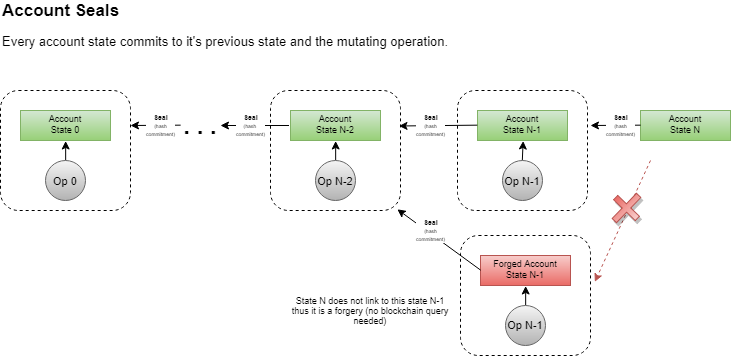
The draw.io diagram PIP/resources/PIP-0029/Account-Seal.drawio.png in PascalCoinDev/PascalCoin, before a commit. Source tidied: cells renumbered, new cells last; positions are measured from the earlier drawing's top-left corner, leaving out a move shared by most shapes.
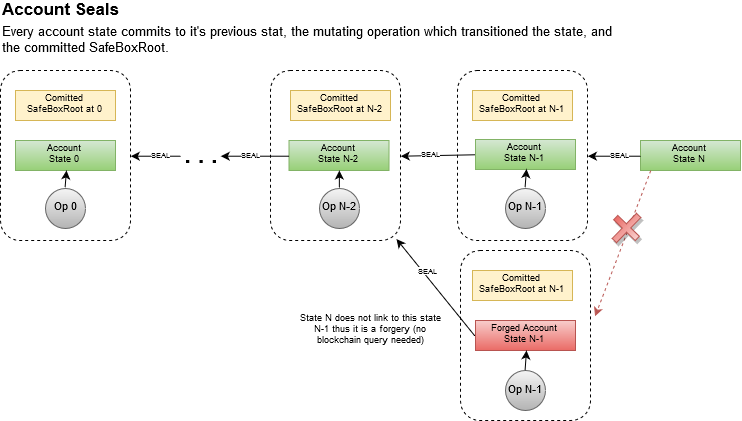
After the commit.

Commit message:
PIP-0029: update algorithm to include SafeBox state

Change to the diagram source:
```diff
@@ -5,98 +5,91 @@
     <mxCell id="2" value="Account Seals" style="text;html=1;strokeColor=none;fillColor=none;align=left;verticalAlign=middle;whiteSpace=wrap;rounded=0;fontSize=17;fontStyle=1;" parent="1" vertex="1">
       <mxGeometry width="320" height="20" as="geometry" />
     </mxCell>
-    <mxCell id="3" value="Every account state commits to it's previous state and the mutating operation." style="text;html=1;strokeColor=none;fillColor=none;align=left;verticalAlign=middle;whiteSpace=wrap;rounded=0;fontSize=13;" parent="1" vertex="1">
+    <mxCell id="3" value="Every account state commits to it's previous stat, the mutating operation which transitioned the state, and the committed SafeBoxRoot. " style="text;html=1;strokeColor=none;fillColor=none;align=left;verticalAlign=middle;whiteSpace=wrap;rounded=0;fontSize=13;" parent="1" vertex="1">
       <mxGeometry y="30" width="620" height="20" as="geometry" />
     </mxCell>
     <mxCell id="4" style="rounded=1;whiteSpace=wrap;html=1;fontSize=17;align=left;fillColor=none;dashed=1;" parent="1" vertex="1">
-      <mxGeometry x="270" y="90" width="130" height="120" as="geometry" />
+      <mxGeometry x="270" y="70" width="130" height="170" as="geometry" />
     </mxCell>
     <mxCell id="5" value="Account&#10;State N-2" style="text;strokeColor=#82b366;fillColor=#d5e8d4;align=center;verticalAlign=middle;spacingLeft=4;spacingRight=4;overflow=hidden;points=[[0,0.5],[1,0.5]];portConstraint=eastwest;fontStyle=0;fontSize=9;gradientColor=#97d077;" parent="1" vertex="1">
-      <mxGeometry x="290" y="110" width="90" height="30" as="geometry" />
+      <mxGeometry x="288.5" y="140" width="100" height="30" as="geometry" />
     </mxCell>
     <mxCell id="6" value="Op N-2" style="ellipse;whiteSpace=wrap;html=1;fontSize=11;align=center;gradientColor=#b3b3b3;fillColor=#f5f5f5;strokeColor=#666666;" parent="1" vertex="1">
-      <mxGeometry x="315" y="160" width="40" height="40" as="geometry" />
+      <mxGeometry x="318.5" y="187.5" width="40" height="40" as="geometry" />
     </mxCell>
     <mxCell id="7" style="endArrow=classic;html=1;fontSize=11;exitX=0.5;exitY=0;exitDx=0;exitDy=0;entryX=0.506;entryY=1.005;entryDx=0;entryDy=0;entryPerimeter=0;" parent="1" edge="1" source="6" target="5">
       <mxGeometry relative="1" as="geometry" />
     </mxCell>
     <mxCell id="8" style="rounded=1;whiteSpace=wrap;html=1;fontSize=17;align=left;fillColor=none;dashed=1;" parent="1" vertex="1">
-      <mxGeometry x="457" y="90" width="130" height="120" as="geometry" />
+      <mxGeometry x="457" y="70" width="130" height="170" as="geometry" />
     </mxCell>
     <mxCell id="9" value="Account&#10;State N-1" style="text;strokeColor=#82b366;fillColor=#d5e8d4;align=center;verticalAlign=middle;spacingLeft=4;spacingRight=4;overflow=hidden;points=[[0,0.5],[1,0.5]];portConstraint=eastwest;fontStyle=0;fontSize=9;rounded=0;gradientColor=#97d077;" parent="1" vertex="1">
-      <mxGeometry x="477" y="110" width="90" height="30" as="geometry" />
+      <mxGeometry x="475" y="139" width="100" height="30" as="geometry" />
     </mxCell>
     <mxCell id="10" value="Op N-1" style="ellipse;whiteSpace=wrap;html=1;fontSize=11;align=center;gradientColor=#b3b3b3;fillColor=#f5f5f5;strokeColor=#666666;" parent="1" vertex="1">
-      <mxGeometry x="502" y="160" width="40" height="40" as="geometry" />
+      <mxGeometry x="505" y="187.5" width="40" height="40" as="geometry" />
     </mxCell>
     <mxCell id="11" style="endArrow=classic;html=1;fontSize=11;exitX=0.5;exitY=0;exitDx=0;exitDy=0;entryX=0.506;entryY=1.005;entryDx=0;entryDy=0;entryPerimeter=0;" parent="1" edge="1" source="10" target="9">
       <mxGeometry relative="1" as="geometry" />
     </mxCell>
-    <mxCell id="12" style="endArrow=classic;html=1;fontSize=11;exitX=0;exitY=0.5;exitDx=0;exitDy=0;entryX=0.988;entryY=0.294;entryDx=0;entryDy=0;entryPerimeter=0;" parent="1" edge="1" source="9" target="4">
+    <mxCell id="12" style="endArrow=classic;html=1;fontSize=11;exitX=0;exitY=0.5;exitDx=0;exitDy=0;entryX=1;entryY=0.5;entryDx=0;entryDy=0;" parent="1" edge="1" source="9" target="4">
       <mxGeometry relative="1" as="geometry" />
     </mxCell>
-    <mxCell id="13" value="&lt;b&gt;Seal&lt;/b&gt;&lt;br&gt;&lt;font style=&quot;font-size: 5px&quot;&gt;(hash&lt;br&gt;commitment)&lt;/font&gt;&lt;br&gt;" style="text;html=1;align=center;verticalAlign=middle;labelBackgroundColor=#ffffff;fontSize=7;" parent="12" vertex="1">
+    <mxCell id="13" value="SEAL" style="text;html=1;align=center;verticalAlign=middle;labelBackgroundColor=#ffffff;fontSize=7;" parent="12" vertex="1">
       <mxGeometry x="0.3" y="1" relative="1" as="geometry">
         <mxPoint x="4" y="-1.5" as="offset" />
       </mxGeometry>
     </mxCell>
     <mxCell id="14" style="rounded=1;whiteSpace=wrap;html=1;fontSize=17;align=left;fillColor=none;dashed=1;" parent="1" vertex="1">
-      <mxGeometry y="90" width="130" height="120" as="geometry" />
+      <mxGeometry y="70" width="130" height="170" as="geometry" />
     </mxCell>
     <mxCell id="15" value="Account&#10;State 0" style="text;strokeColor=#82b366;fillColor=#d5e8d4;align=center;verticalAlign=middle;spacingLeft=4;spacingRight=4;overflow=hidden;points=[[0,0.5],[1,0.5]];portConstraint=eastwest;fontStyle=0;fontSize=9;gradientColor=#97d077;" parent="1" vertex="1">
-      <mxGeometry x="20" y="110" width="90" height="30" as="geometry" />
+      <mxGeometry x="15" y="140" width="100" height="30" as="geometry" />
     </mxCell>
     <mxCell id="16" value="Op 0" style="ellipse;whiteSpace=wrap;html=1;fontSize=11;align=center;gradientColor=#b3b3b3;fillColor=#f5f5f5;strokeColor=#666666;" parent="1" vertex="1">
-      <mxGeometry x="45" y="160" width="40" height="40" as="geometry" />
+      <mxGeometry x="45" y="187.5" width="40" height="40" as="geometry" />
     </mxCell>
     <mxCell id="17" style="endArrow=classic;html=1;fontSize=11;exitX=0.5;exitY=0;exitDx=0;exitDy=0;entryX=0.506;entryY=1.005;entryDx=0;entryDy=0;entryPerimeter=0;" parent="1" edge="1" source="16" target="15">
       <mxGeometry relative="1" as="geometry" />
     </mxCell>
-    <mxCell id="18" style="endArrow=classic;html=1;fontSize=11;exitX=0;exitY=0.5;exitDx=0;exitDy=0;" parent="1" edge="1">
-      <mxGeometry relative="1" as="geometry">
-        <mxPoint x="288.5" y="125" as="sourcePoint" />
-        <mxPoint x="220" y="125" as="targetPoint" />
-      </mxGeometry>
+    <mxCell id="18" style="endArrow=classic;html=1;fontSize=11;exitX=0;exitY=0.5;exitDx=0;exitDy=0;entryX=1;entryY=0.5;entryDx=0;entryDy=0;" parent="1" edge="1" source="5" target="20">
+      <mxGeometry relative="1" as="geometry" />
     </mxCell>
-    <mxCell id="19" value="&lt;b&gt;Seal&lt;/b&gt;&lt;br&gt;&lt;font style=&quot;font-size: 5px&quot;&gt;(hash &lt;br&gt;commitment)&lt;/font&gt;&lt;br&gt;" style="text;html=1;align=center;verticalAlign=middle;labelBackgroundColor=#ffffff;fontSize=7;" parent="18" vertex="1">
+    <mxCell id="19" value="SEAL" style="text;html=1;align=center;verticalAlign=middle;labelBackgroundColor=#ffffff;fontSize=7;" parent="18" vertex="1">
       <mxGeometry x="0.3" y="1" relative="1" as="geometry">
         <mxPoint x="5.5" y="-1" as="offset" />
       </mxGeometry>
     </mxCell>
     <mxCell id="20" value="&lt;div style=&quot;text-align: justify&quot;&gt;&lt;span&gt;. . .&lt;/span&gt;&lt;/div&gt;" style="text;html=1;strokeColor=none;fillColor=none;align=center;verticalAlign=middle;whiteSpace=wrap;rounded=0;dashed=1;fontSize=24;fontStyle=1;" parent="1" vertex="1">
-      <mxGeometry x="180" y="115" width="40" height="20" as="geometry" />
+      <mxGeometry x="180" y="145" width="40" height="20" as="geometry" />
     </mxCell>
-    <mxCell id="21" style="endArrow=classic;html=1;fontSize=11;exitX=0;exitY=0.5;exitDx=0;exitDy=0;" parent="1" edge="1" source="20">
-      <mxGeometry relative="1" as="geometry">
-        <mxPoint x="130" y="125" as="targetPoint" />
-      </mxGeometry>
+    <mxCell id="21" style="endArrow=classic;html=1;fontSize=11;exitX=0;exitY=0.5;exitDx=0;exitDy=0;entryX=1;entryY=0.5;entryDx=0;entryDy=0;" parent="1" edge="1" source="20" target="14">
+      <mxGeometry relative="1" as="geometry" />
     </mxCell>
-    <mxCell id="22" value="&lt;b&gt;Seal&lt;/b&gt;&lt;br&gt;&lt;font style=&quot;font-size: 5px&quot;&gt;(hash&lt;br&gt;commitment)&lt;/font&gt;&lt;br&gt;" style="text;html=1;align=center;verticalAlign=middle;labelBackgroundColor=#ffffff;fontSize=7;" parent="21" vertex="1">
+    <mxCell id="22" value="SEAL" style="text;html=1;align=center;verticalAlign=middle;labelBackgroundColor=#ffffff;fontSize=7;" parent="21" vertex="1">
       <mxGeometry x="0.3" y="1" relative="1" as="geometry">
         <mxPoint x="12.5" y="-1" as="offset" />
       </mxGeometry>
     </mxCell>
     <mxCell id="23" value="Account&#10;State N" style="text;strokeColor=#82b366;fillColor=#d5e8d4;align=center;verticalAlign=middle;spacingLeft=4;spacingRight=4;overflow=hidden;points=[[0,0.5],[1,0.5]];portConstraint=eastwest;fontStyle=0;fontSize=9;rounded=0;gradientColor=#97d077;" parent="1" vertex="1">
-      <mxGeometry x="640" y="110" width="90" height="30" as="geometry" />
+      <mxGeometry x="640" y="140" width="100" height="30" as="geometry" />
     </mxCell>
-    <mxCell id="24" style="endArrow=classic;html=1;fontSize=11;exitX=0;exitY=0.5;exitDx=0;exitDy=0;" parent="1" edge="1" source="23">
-      <mxGeometry relative="1" as="geometry">
-        <mxPoint x="590" y="125" as="targetPoint" />
-      </mxGeometry>
+    <mxCell id="24" style="endArrow=classic;html=1;fontSize=11;entryX=1;entryY=0.5;entryDx=0;entryDy=0;exitX=0;exitY=0.5;exitDx=0;exitDy=0;" parent="1" edge="1" source="23" target="8">
+      <mxGeometry relative="1" as="geometry" />
     </mxCell>
-    <mxCell id="25" value="&lt;b&gt;Seal&lt;/b&gt;&lt;br&gt;&lt;font style=&quot;font-size: 5px&quot;&gt;(hash&lt;br&gt;commitment)&lt;/font&gt;&lt;br&gt;" style="text;html=1;align=center;verticalAlign=middle;labelBackgroundColor=#ffffff;fontSize=7;" parent="24" vertex="1">
+    <mxCell id="25" value="SEAL" style="text;html=1;align=center;verticalAlign=middle;labelBackgroundColor=#ffffff;fontSize=7;" parent="24" vertex="1">
       <mxGeometry x="0.3" y="1" relative="1" as="geometry">
         <mxPoint x="12.5" y="-1" as="offset" />
       </mxGeometry>
     </mxCell>
     <mxCell id="26" style="rounded=1;whiteSpace=wrap;html=1;fontSize=17;align=left;fillColor=none;dashed=1;" parent="1" vertex="1">
-      <mxGeometry x="460" y="235" width="130" height="120" as="geometry" />
+      <mxGeometry x="460" y="250" width="130" height="170" as="geometry" />
     </mxCell>
     <mxCell id="27" value="Forged Account&#10;State N-1" style="text;strokeColor=#b85450;fillColor=#f8cecc;align=center;verticalAlign=middle;spacingLeft=4;spacingRight=4;overflow=hidden;points=[[0,0.5],[1,0.5]];portConstraint=eastwest;fontStyle=0;fontSize=9;gradientColor=#ea6b66;" parent="1" vertex="1">
-      <mxGeometry x="480" y="255" width="90" height="30" as="geometry" />
+      <mxGeometry x="475" y="320" width="100" height="30" as="geometry" />
     </mxCell>
     <mxCell id="28" value="Op N-1" style="ellipse;whiteSpace=wrap;html=1;fontSize=11;align=center;gradientColor=#b3b3b3;fillColor=#f5f5f5;strokeColor=#666666;" parent="1" vertex="1">
-      <mxGeometry x="505" y="305" width="40" height="40" as="geometry" />
+      <mxGeometry x="505" y="370" width="40" height="40" as="geometry" />
     </mxCell>
     <mxCell id="29" style="endArrow=classic;html=1;fontSize=11;exitX=0.5;exitY=0;exitDx=0;exitDy=0;entryX=0.506;entryY=1.005;entryDx=0;entryDy=0;entryPerimeter=0;" parent="1" edge="1" source="28" target="27">
       <mxGeometry relative="1" as="geometry" />
@@ -104,21 +97,31 @@
     <mxCell id="30" style="endArrow=classic;html=1;fontSize=11;exitX=0;exitY=0.5;exitDx=0;exitDy=0;entryX=0.974;entryY=0.992;entryDx=0;entryDy=0;entryPerimeter=0;" parent="1" edge="1" source="27" target="4">
       <mxGeometry relative="1" as="geometry" />
     </mxCell>
-    <mxCell id="31" value="&lt;b&gt;Seal&lt;/b&gt;&lt;br&gt;&lt;font style=&quot;font-size: 5px&quot;&gt;(hash&lt;br&gt;commitment)&lt;/font&gt;&lt;br&gt;" style="text;html=1;align=center;verticalAlign=middle;labelBackgroundColor=#ffffff;fontSize=7;" parent="30" vertex="1">
+    <mxCell id="31" value="SEAL" style="text;html=1;align=center;verticalAlign=middle;labelBackgroundColor=#ffffff;fontSize=7;" parent="30" vertex="1">
       <mxGeometry x="0.3" y="1" relative="1" as="geometry">
         <mxPoint x="4" y="-1.5" as="offset" />
       </mxGeometry>
     </mxCell>
-    <mxCell id="32" style="endArrow=classic;html=1;fontSize=11;entryX=1.032;entryY=0.383;entryDx=0;entryDy=0;entryPerimeter=0;dashed=1;gradientColor=#ea6b66;fillColor=#f8cecc;strokeColor=#b85450;" parent="1" edge="1" target="26">
-      <mxGeometry relative="1" as="geometry">
-        <mxPoint x="650" y="160" as="sourcePoint" />
-      </mxGeometry>
+    <mxCell id="32" style="endArrow=classic;html=1;fontSize=11;entryX=1.032;entryY=0.383;entryDx=0;entryDy=0;entryPerimeter=0;dashed=1;gradientColor=#ea6b66;fillColor=#f8cecc;strokeColor=#b85450;exitX=0.1;exitY=1;exitDx=0;exitDy=0;exitPerimeter=0;" parent="1" edge="1" source="23" target="26">
+      <mxGeometry relative="1" as="geometry" />
     </mxCell>
     <mxCell id="33" style="shape=cross;whiteSpace=wrap;html=1;rounded=0;shadow=1;fillColor=#f8cecc;gradientColor=#ea6b66;fontSize=48;align=left;direction=south;rotation=44;strokeColor=#b85450;" parent="1" vertex="1">
-      <mxGeometry x="611" y="190" width="30" height="35" as="geometry" />
+      <mxGeometry x="611" y="210" width="30" height="35" as="geometry" />
     </mxCell>
     <mxCell id="34" value="&lt;span style=&quot;font-size: 9px&quot;&gt;State N does not link to this state N-1 thus it is a forgery (no blockchain query needed)&lt;/span&gt;" style="text;html=1;strokeColor=none;fillColor=none;align=center;verticalAlign=middle;whiteSpace=wrap;rounded=0;shadow=1;fontSize=9;" parent="1" vertex="1">
-      <mxGeometry x="290" y="285" width="160" height="50" as="geometry" />
+      <mxGeometry x="290" y="305" width="160" height="50" as="geometry" />
     </mxCell>
+    <mxCell id="35" value="Comitted&#10;SafeBoxRoot at N-1" style="text;strokeColor=#d6b656;fillColor=#fff2cc;align=center;verticalAlign=middle;spacingLeft=4;spacingRight=4;overflow=hidden;fontStyle=0;fontSize=9;rounded=0;" parent="1" vertex="1">
+      <mxGeometry x="472" y="90" width="100" height="30" as="geometry" />
+    </mxCell>
+    <mxCell id="36" value="Comitted&#10;SafeBoxRoot at N-2" style="text;strokeColor=#d6b656;fillColor=#fff2cc;align=center;verticalAlign=middle;spacingLeft=4;spacingRight=4;overflow=hidden;fontStyle=0;fontSize=9;rounded=0;" parent="1" vertex="1">
+      <mxGeometry x="290" y="90" width="100" height="30" as="geometry" />
+    </mxCell>
+    <mxCell id="37" value="Comitted&#10;SafeBoxRoot at 0" style="text;strokeColor=#d6b656;fillColor=#fff2cc;align=center;verticalAlign=middle;spacingLeft=4;spacingRight=4;overflow=hidden;fontStyle=0;fontSize=9;rounded=0;" parent="1" vertex="1">
+      <mxGeometry x="15" y="90" width="100" height="30" as="geometry" />
+    </mxCell>
+    <mxCell id="38" value="Comitted&#10;SafeBoxRoot at N-1" style="text;strokeColor=#d6b656;fillColor=#fff2cc;align=center;verticalAlign=middle;spacingLeft=4;spacingRight=4;overflow=hidden;fontStyle=0;fontSize=9;rounded=0;" parent="1" vertex="1">
+      <mxGeometry x="472" y="270" width="100" height="30" as="geometry" />
+    </mxCell>
   </root>
 </mxGraphModel>
```
